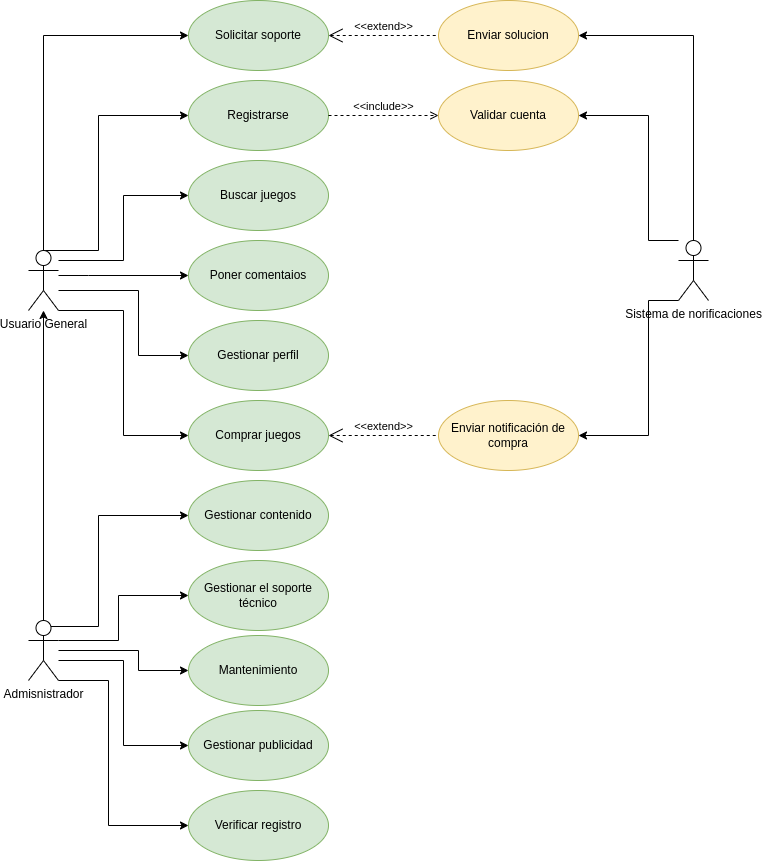
Earlier version of the draw.io export images/Diagrama tienda de videojuegos.drawio.png (nexphernandez/tienda-de-videojuegos). Source tidied: cells renumbered, new cells last; positions are measured from the earlier drawing's top-left corner, leaving out a move shared by most shapes.
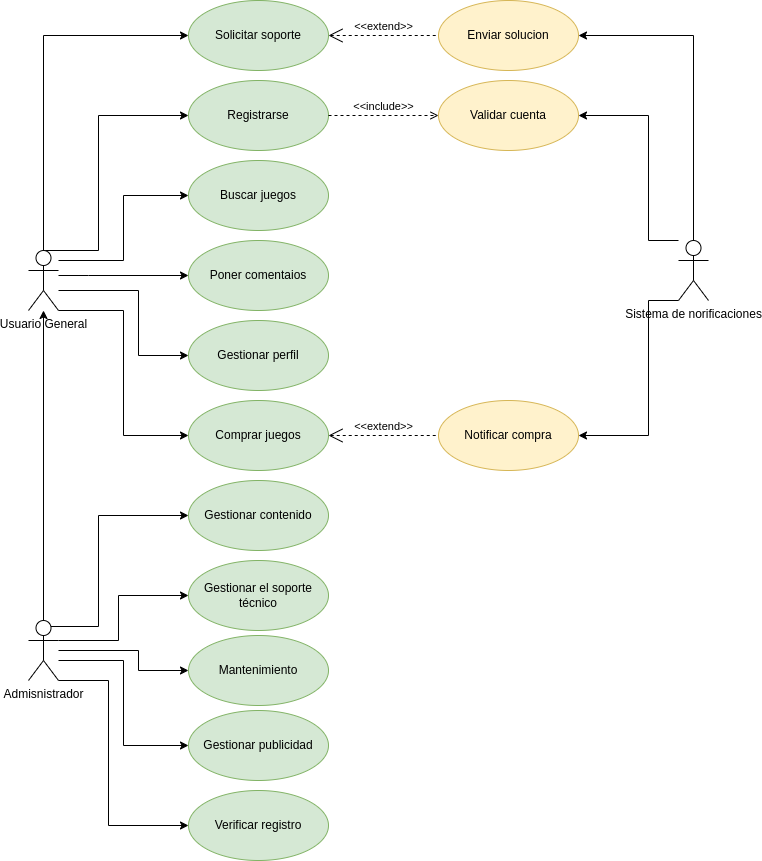
After the commit.

Commit message:
Modificacion de los actorea y añadir la imagen de casos de uso

Change to the diagram source:
```diff
@@ -154,7 +154,7 @@
     <mxCell id="29" value="Verificar registro" style="ellipse;whiteSpace=wrap;html=1;fillColor=#d5e8d4;strokeColor=#82b366;" parent="1" vertex="1">
       <mxGeometry x="160" y="790" width="140" height="70" as="geometry" />
     </mxCell>
-    <mxCell id="30" value="Enviar notificación de compra" style="ellipse;whiteSpace=wrap;html=1;fillColor=#fff2cc;strokeColor=#d6b656;" parent="1" vertex="1">
+    <mxCell id="30" value="Notificar compra" style="ellipse;whiteSpace=wrap;html=1;fillColor=#fff2cc;strokeColor=#d6b656;" parent="1" vertex="1">
       <mxGeometry x="410" y="400" width="140" height="70" as="geometry" />
     </mxCell>
     <mxCell id="31" value="Validar cuenta" style="ellipse;whiteSpace=wrap;html=1;fillColor=#fff2cc;strokeColor=#d6b656;" parent="1" vertex="1">
```
